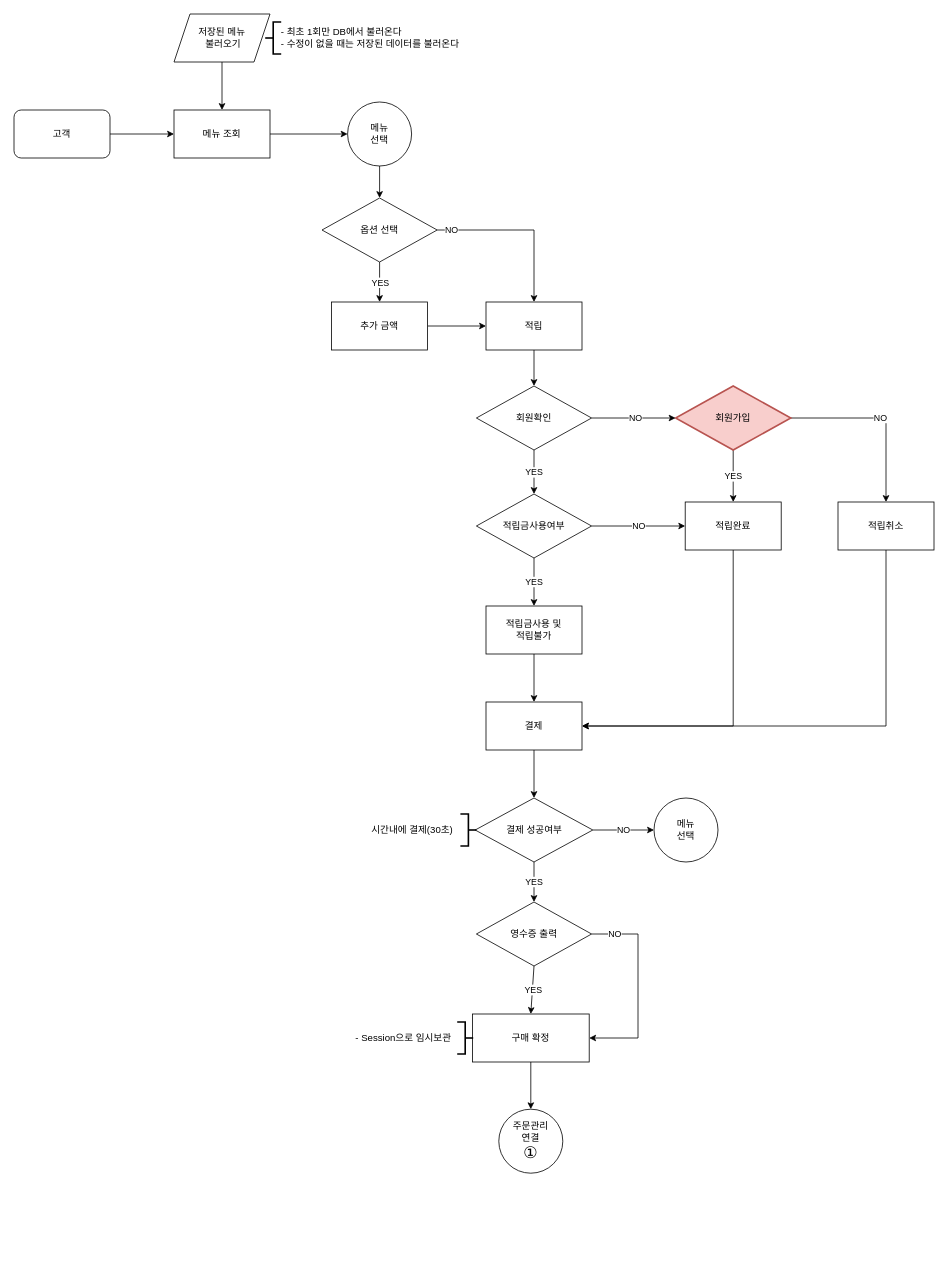
Before: page "고객(최종)" (2 of 6) of design/kioskClass.drawio in JinSolKwon/cafeKiosk, a draw.io diagram. Source tidied: cells renumbered, new cells numbered last; positions are measured from the earlier drawing's top-left corner, leaving out a move shared by most shapes. Both pictures are drawn from the tidied source at 80%, with x=0, y=0 at pixel (14, 14).
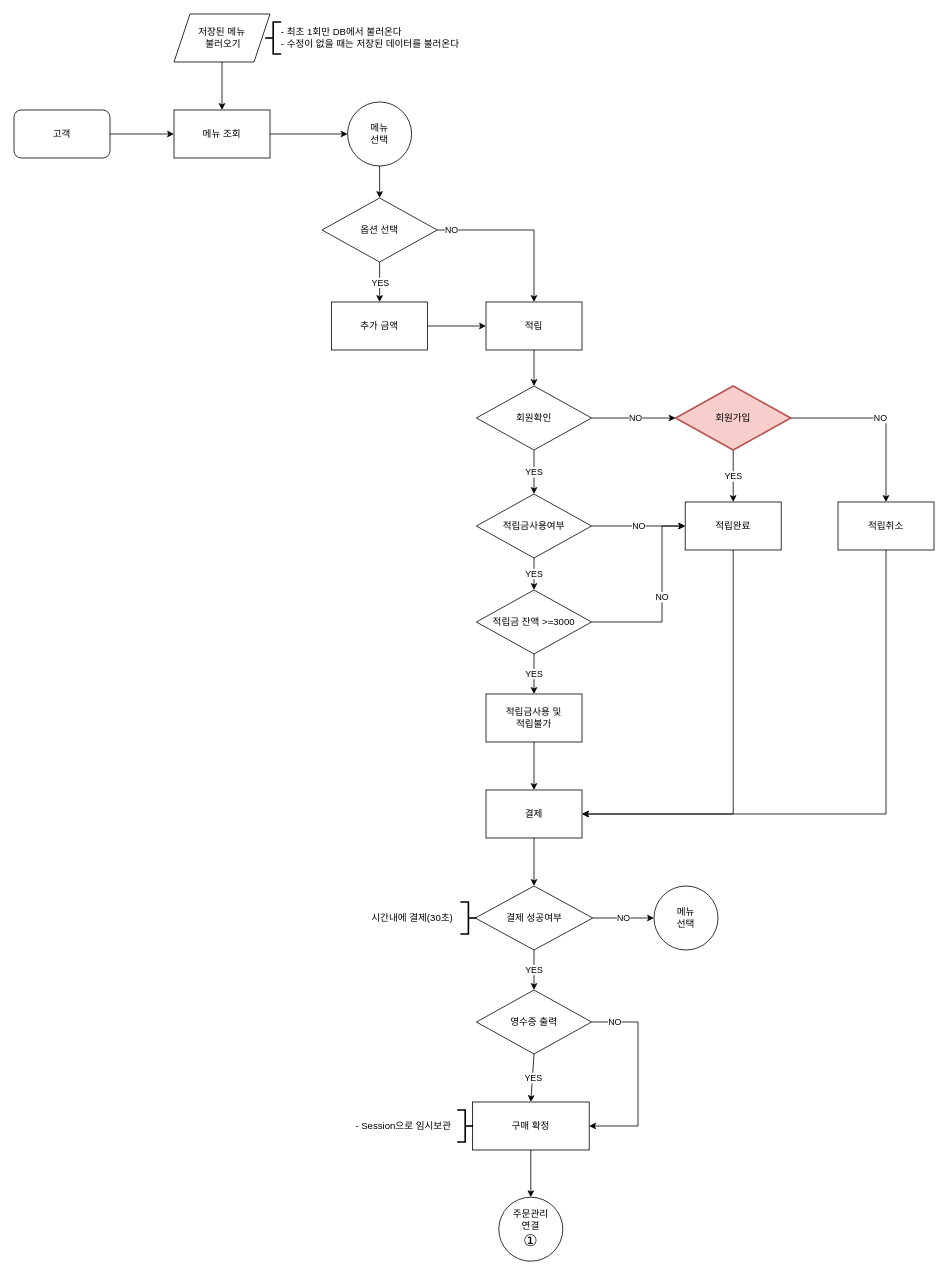
The same diagram, later.

The change refers to these unchanged cells:
```xml
<mxCell id="37" value="적립금사용여부" style="rhombus;whiteSpace=wrap;html=1;" parent="1" vertex="1">
  <mxGeometry x="578" y="600" width="144" height="80" as="geometry" />
</mxCell>
<mxCell id="46" value="적립완료" style="rounded=0;whiteSpace=wrap;html=1;" parent="1" vertex="1">
  <mxGeometry x="839" y="610" width="120" height="60" as="geometry" />
</mxCell>
```

Change to the diagram source:
```diff
@@
     <mxCell id="12" value="결제" style="rounded=0;whiteSpace=wrap;html=1;" parent="1" vertex="1">
-      <mxGeometry x="590" y="860" width="120" height="60" as="geometry" />
+      <mxGeometry x="590" y="970" width="120" height="60" as="geometry" />
     </mxCell>
@@
     <mxCell id="17" value="NO" style="edgeStyle=orthogonalEdgeStyle;rounded=0;jettySize=auto;html=1;exitX=1;exitY=0.5;exitDx=0;exitDy=0;entryX=1;entryY=0.5;entryDx=0;entryDy=0;startSize=6;endSize=6;strokeWidth=1;" parent="1" edge="1" source="18" target="22">
       <mxGeometry x="-0.77" relative="1" as="geometry">
         <Array as="points">
-          <mxPoint x="780" y="1150" />
-          <mxPoint x="780" y="1280" />
+          <mxPoint x="780" y="1260" />
+          <mxPoint x="780" y="1390" />
         </Array>
       </mxGeometry>
     </mxCell>
     <mxCell id="18" value="영수증 출력" style="rhombus;whiteSpace=wrap;html=1;" parent="1" vertex="1">
-      <mxGeometry x="578" y="1110" width="144" height="80" as="geometry" />
+      <mxGeometry x="578" y="1220" width="144" height="80" as="geometry" />
     </mxCell>
@@
     <mxCell id="22" value="구매 확정" style="rounded=0;whiteSpace=wrap;html=1;" parent="1" vertex="1">
-      <mxGeometry x="573" y="1250" width="146" height="60" as="geometry" />
+      <mxGeometry x="573" y="1360" width="146" height="60" as="geometry" />
     </mxCell>
     <mxCell id="23" value="주문관리&lt;br&gt;연결&lt;br&gt;&lt;span style=&quot;font-size: 20px&quot;&gt;①&lt;/span&gt;" style="ellipse;whiteSpace=wrap;html=1;" parent="1" vertex="1">
-      <mxGeometry x="606" y="1369" width="80" height="80" as="geometry" />
+      <mxGeometry x="606" y="1479" width="80" height="80" as="geometry" />
     </mxCell>
     <mxCell id="24" value="- Session으로 임시보관" style="text;html=1;strokeColor=none;fillColor=none;align=center;verticalAlign=middle;whiteSpace=wrap;rounded=0;fontStyle=0;" parent="1" vertex="1">
-      <mxGeometry x="420" y="1270" width="134" height="20" as="geometry" />
+      <mxGeometry x="420" y="1380" width="134" height="20" as="geometry" />
     </mxCell>
@@
     <mxCell id="27" value="결제 성공여부" style="rhombus;whiteSpace=wrap;html=1;rounded=0;" parent="1" vertex="1">
-      <mxGeometry x="576.5" y="980" width="147" height="80" as="geometry" />
+      <mxGeometry x="576.5" y="1090" width="147" height="80" as="geometry" />
     </mxCell>
     <mxCell id="28" style="strokeWidth=2;html=1;shape=mxgraph.flowchart.annotation_2;align=left;labelPosition=right;rotation=-180;" parent="1" vertex="1">
-      <mxGeometry x="558" y="1000" width="20" height="40" as="geometry" />
+      <mxGeometry x="558" y="1110" width="20" height="40" as="geometry" />
     </mxCell>
     <mxCell id="29" value="시간내에 결제(30초)" style="text;html=1;strokeColor=none;fillColor=none;align=center;verticalAlign=middle;whiteSpace=wrap;rounded=0;" parent="1" vertex="1">
-      <mxGeometry x="438" y="1010" width="120" height="20" as="geometry" />
+      <mxGeometry x="438" y="1120" width="120" height="20" as="geometry" />
     </mxCell>
@@
     <mxCell id="32" style="strokeWidth=2;html=1;shape=mxgraph.flowchart.annotation_2;align=left;labelPosition=right;rotation=-180;" parent="1" vertex="1">
-      <mxGeometry x="554" y="1260" width="20" height="40" as="geometry" />
+      <mxGeometry x="554" y="1370" width="20" height="40" as="geometry" />
     </mxCell>
@@
     <mxCell id="34" value="적립금사용 및&lt;br&gt;적립불가" style="rounded=0;whiteSpace=wrap;html=1;" parent="1" vertex="1">
-      <mxGeometry x="590" y="740" width="120" height="60" as="geometry" />
+      <mxGeometry x="590" y="850" width="120" height="60" as="geometry" />
     </mxCell>
-    <mxCell id="35" value="YES" style="edgeStyle=orthogonalEdgeStyle;rounded=0;jettySize=auto;html=1;exitX=0.5;exitY=1;exitDx=0;exitDy=0;entryX=0.5;entryY=0;entryDx=0;entryDy=0;strokeWidth=1;" parent="1" edge="1" source="37" target="34">
-      <mxGeometry relative="1" as="geometry" />
-    </mxCell>
@@
+    <mxCell id="52" value="YES" style="edgeStyle=orthogonalEdgeStyle;rounded=0;jettySize=auto;html=1;" parent="1" edge="1" source="37" target="55">
+      <mxGeometry relative="1" as="geometry" />
+    </mxCell>
@@
     <mxCell id="51" value="메뉴&lt;br&gt;선택" style="ellipse;whiteSpace=wrap;html=1;" parent="1" vertex="1">
-      <mxGeometry x="800" y="980" width="80" height="80" as="geometry" />
+      <mxGeometry x="800" y="1090" width="80" height="80" as="geometry" />
     </mxCell>
+    <mxCell id="53" value="YES" style="edgeStyle=orthogonalEdgeStyle;rounded=0;jettySize=auto;html=1;" parent="1" edge="1" source="55" target="34">
+      <mxGeometry relative="1" as="geometry" />
+    </mxCell>
+    <mxCell id="54" value="NO" style="edgeStyle=orthogonalEdgeStyle;rounded=0;jettySize=auto;html=1;exitX=1;exitY=0.5;exitDx=0;exitDy=0;entryX=0;entryY=0.5;entryDx=0;entryDy=0;" parent="1" edge="1" source="55" target="46">
+      <mxGeometry relative="1" as="geometry">
+        <Array as="points">
+          <mxPoint x="810" y="760" />
+          <mxPoint x="810" y="640" />
+        </Array>
+      </mxGeometry>
+    </mxCell>
+    <mxCell id="55" value="적립금 잔액 &amp;gt;=3000" style="rhombus;whiteSpace=wrap;html=1;" parent="1" vertex="1">
+      <mxGeometry x="578" y="720" width="144" height="80" as="geometry" />
+    </mxCell>
```
